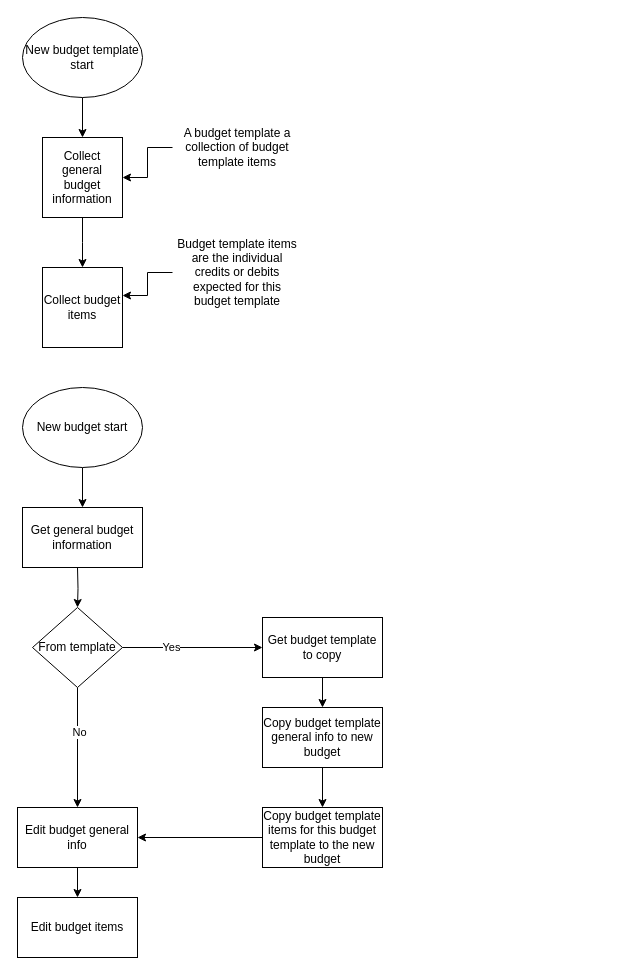
Before: Untitled Diagram.drawio in jrobiii/Budgeting, a draw.io diagram. Source tidied: cells renumbered, new cells numbered last; positions are measured from the earlier drawing's top-left corner, leaving out a move shared by most shapes. Both pictures are drawn from the tidied source at 100%, with x=0, y=0 at pixel (17, 17).
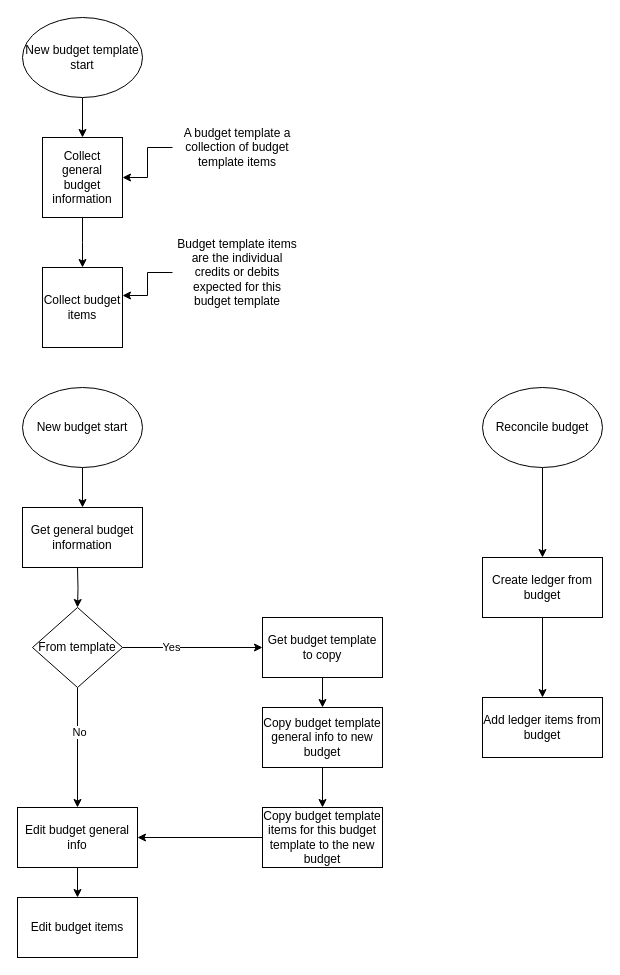
Above is the later version.

Commit message:
Added reconcile budget

Diff of the diagram source:
```diff
@@
+    <mxCell id="29" style="edgeStyle=orthogonalEdgeStyle;rounded=0;jettySize=auto;html=1;" parent="1" edge="1" source="30" target="32">
+      <mxGeometry relative="1" as="geometry" />
+    </mxCell>
+    <mxCell id="30" value="Reconcile budget" style="ellipse;whiteSpace=wrap;html=1;" parent="1" vertex="1">
+      <mxGeometry x="465" y="370" width="120" height="80" as="geometry" />
+    </mxCell>
+    <mxCell id="31" style="edgeStyle=orthogonalEdgeStyle;rounded=0;jettySize=auto;html=1;" parent="1" edge="1" source="32" target="33">
+      <mxGeometry relative="1" as="geometry" />
+    </mxCell>
+    <mxCell id="32" value="Create ledger from budget" style="whiteSpace=wrap;html=1;" parent="1" vertex="1">
+      <mxGeometry x="465" y="540" width="120" height="60" as="geometry" />
+    </mxCell>
+    <mxCell id="33" value="Add ledger items from budget" style="whiteSpace=wrap;html=1;" parent="1" vertex="1">
+      <mxGeometry x="465" y="680" width="120" height="60" as="geometry" />
+    </mxCell>
```
